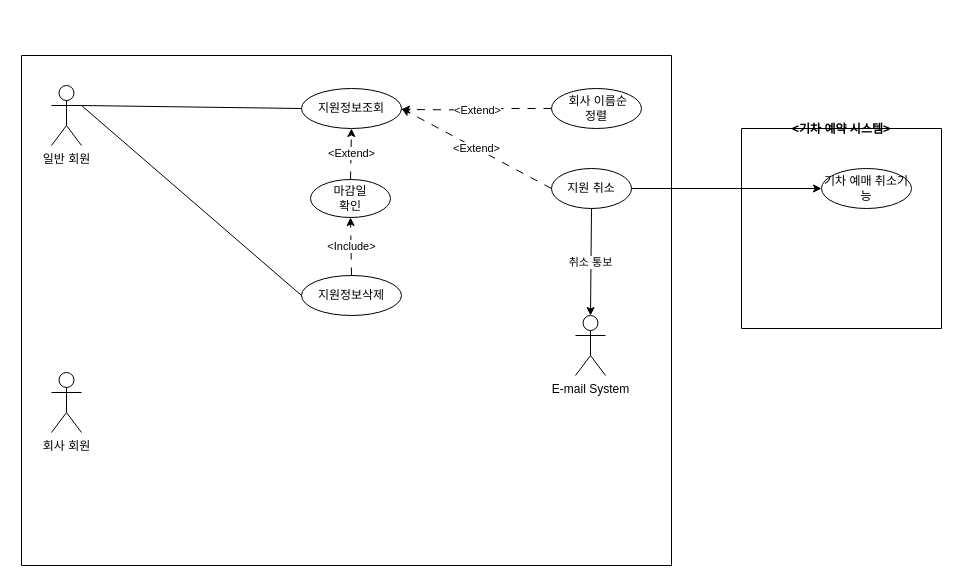
Earlier version of the draw.io diagram 지원기능관련.drawio (hjee02018/UML). Source tidied: cells renumbered, new cells numbered last; positions are measured from the earlier drawing's top-left corner, leaving out a move shared by most shapes. Both pictures are drawn from the tidied source at 100%, with x=0, y=0 at pixel (21, 55).
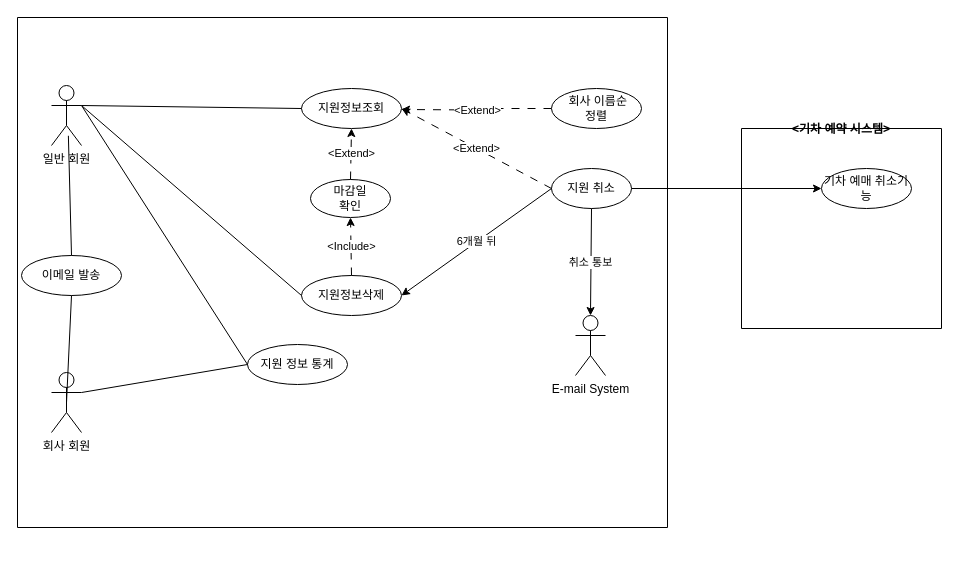
Above is the later version.

Commit message:
지원기능관련.drawio 업데이트

Unchanged cells that the change refers to:
```xml
<mxCell id="2" value="일반 회원" style="shape=umlActor;verticalLabelPosition=bottom;verticalAlign=top;html=1;outlineConnect=0;" parent="1" vertex="1">
  <mxGeometry x="30" y="30" width="30" height="60" as="geometry" />
</mxCell>
<mxCell id="3" value="회사 회원" style="shape=umlActor;verticalLabelPosition=bottom;verticalAlign=top;html=1;outlineConnect=0;" parent="1" vertex="1">
  <mxGeometry x="30" y="317" width="30" height="60" as="geometry" />
</mxCell>
<mxCell id="7" value="지원 취소" style="ellipse;whiteSpace=wrap;html=1;" parent="1" vertex="1">
  <mxGeometry x="530" y="113" width="80" height="40" as="geometry" />
</mxCell>
<mxCell id="12" value="지원정보삭제" style="ellipse;whiteSpace=wrap;html=1;" parent="1" vertex="1">
  <mxGeometry x="280" y="220" width="100" height="40" as="geometry" />
</mxCell>
```

The edit, as a diff of the source:
```diff
@@
     <mxCell id="17" style="swimlane;startSize=0;" parent="1" vertex="1">
-      <mxGeometry width="650" height="510" as="geometry" />
+      <mxGeometry x="-4" y="-38" width="650" height="510" as="geometry" />
     </mxCell>
+    <mxCell id="21" value="지원 정보 통계" style="ellipse;whiteSpace=wrap;html=1;" parent="17" vertex="1">
+      <mxGeometry x="230" y="327" width="100" height="40" as="geometry" />
+    </mxCell>
+    <mxCell id="22" value="이메일 발송" style="ellipse;whiteSpace=wrap;html=1;" parent="17" vertex="1">
+      <mxGeometry x="4" y="238" width="100" height="40" as="geometry" />
+    </mxCell>
@@
+    <mxCell id="23" value="6개월 뒤" style="endArrow=classic;html=1;rounded=0;entryX=1;entryY=0.5;entryDx=0;entryDy=0;exitX=0;exitY=0.5;exitDx=0;exitDy=0;" parent="1" edge="1" source="7" target="12">
+      <mxGeometry relative="1" as="geometry" />
+    </mxCell>
+    <mxCell id="24" style="endArrow=none;html=1;rounded=0;exitX=1;exitY=0.3333333333333333;exitDx=0;exitDy=0;exitPerimeter=0;entryX=0;entryY=0.5;entryDx=0;entryDy=0;" parent="1" edge="1" source="2" target="21">
+      <mxGeometry relative="1" as="geometry" />
+    </mxCell>
+    <mxCell id="25" style="endArrow=none;html=1;rounded=0;entryX=0;entryY=0.5;entryDx=0;entryDy=0;exitX=1;exitY=0.3333333333333333;exitDx=0;exitDy=0;exitPerimeter=0;" parent="1" edge="1" source="3" target="21">
+      <mxGeometry relative="1" as="geometry" />
+    </mxCell>
+    <mxCell id="26" style="endArrow=none;html=1;rounded=0;exitX=0.563;exitY=0.838;exitDx=0;exitDy=0;exitPerimeter=0;entryX=0.5;entryY=0;entryDx=0;entryDy=0;" parent="1" edge="1" source="2" target="22">
+      <mxGeometry relative="1" as="geometry" />
+    </mxCell>
+    <mxCell id="27" style="endArrow=none;html=1;rounded=0;exitX=0.5;exitY=1;exitDx=0;exitDy=0;entryX=0.5;entryY=0.5;entryDx=0;entryDy=0;entryPerimeter=0;" parent="1" edge="1" source="22" target="3">
+      <mxGeometry relative="1" as="geometry" />
+    </mxCell>
```
